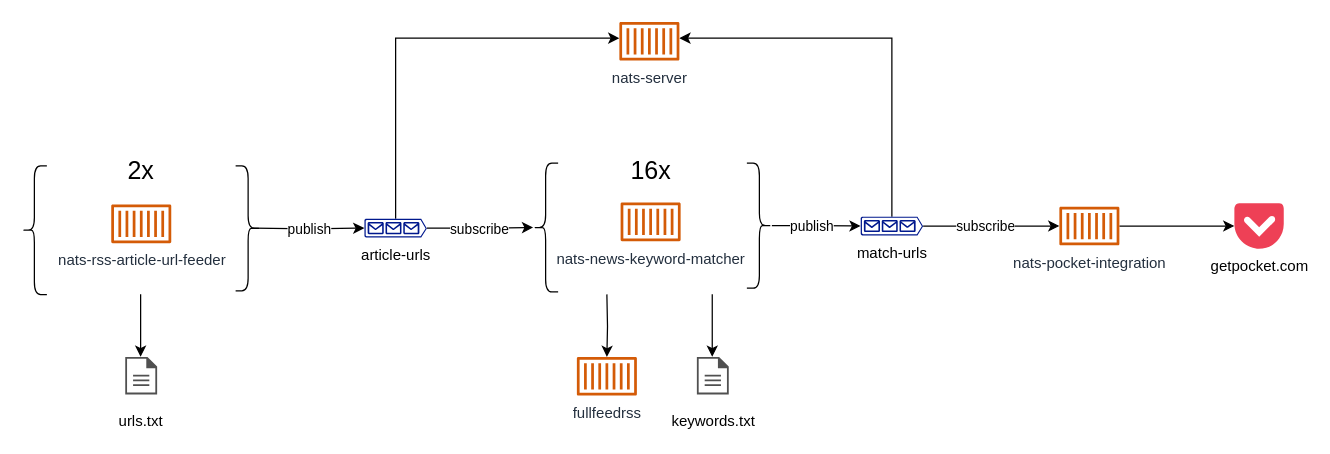
Earlier version of the draw.io diagram architecture.drawio (heussd/nats-news-analysis). Source tidied: cells renumbered, new cells numbered last; positions are measured from the earlier drawing's top-left corner, leaving out a move shared by most shapes. Both pictures are drawn from the tidied source at 125%, with x=0, y=0 at pixel (21, 21).
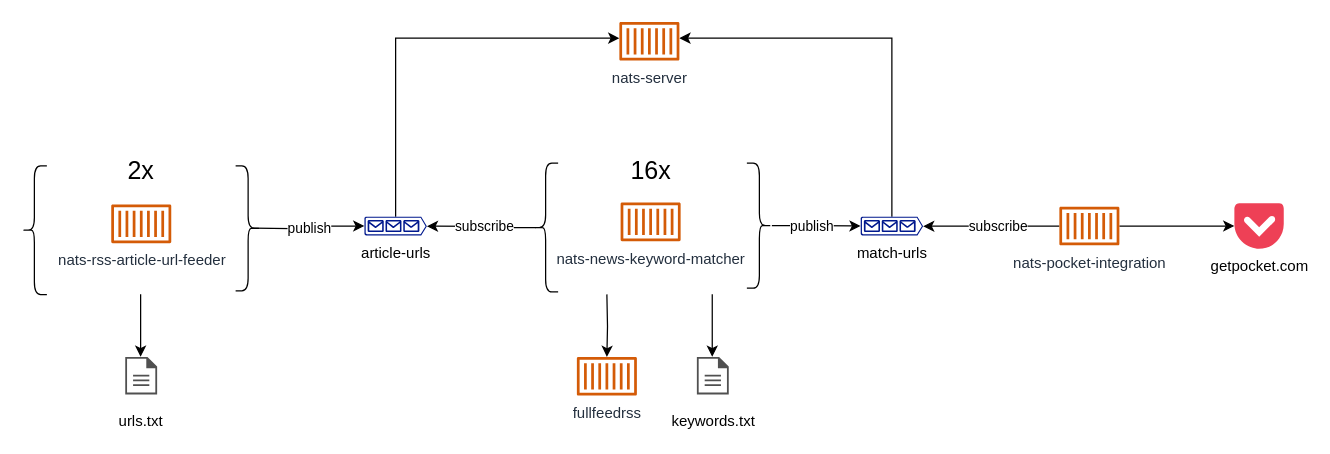
Above is the later version.

Commit message (it also covers changes not shown here):
Fix arrow direction

The change refers to these unchanged cells:
```xml
<mxCell id="8" style="shape=curlyBracket;whiteSpace=wrap;html=1;rounded=1;" parent="1" vertex="1">
  <mxGeometry x="409" y="113" width="20" height="103" as="geometry" />
</mxCell>
<mxCell id="17" value="match-urls" style="sketch=0;shadow=0;dashed=0;html=1;strokeColor=none;labelPosition=center;verticalLabelPosition=bottom;verticalAlign=top;align=center;fillColor=#00188D;shape=mxgraph.azure.queue_generic;" parent="1" vertex="1">
  <mxGeometry x="671" y="155.8" width="50" height="15" as="geometry" />
</mxCell>
<mxCell id="19" value="nats-pocket-integration" style="sketch=0;outlineConnect=0;fontColor=#232F3E;gradientColor=none;fillColor=#D45B07;strokeColor=none;dashed=0;verticalLabelPosition=bottom;verticalAlign=top;align=center;html=1;fontSize=12;fontStyle=0;shape=mxgraph.aws4.container_1;" parent="1" vertex="1">
  <mxGeometry x="830" y="147.8" width="48" height="31" as="geometry" />
</mxCell>
```

Change to the diagram source:
```diff
@@
-    <mxCell id="2" style="edgeStyle=orthogonalEdgeStyle;rounded=0;jettySize=auto;html=1;" parent="1" edge="1" source="5" target="8">
+    <mxCell id="2" style="edgeStyle=orthogonalEdgeStyle;rounded=0;jettySize=auto;html=1;exitX=0.1;exitY=0.5;exitDx=0;exitDy=0;exitPerimeter=0;entryX=1;entryY=0.51;entryDx=0;entryDy=0;entryPerimeter=0;" parent="1" edge="1" source="8" target="5">
       <mxGeometry relative="1" as="geometry" />
     </mxCell>
     <mxCell id="3" value="subscribe" style="edgeLabel;html=1;align=center;verticalAlign=middle;" parent="2" vertex="1">
       <mxGeometry x="-0.04" y="2" relative="1" as="geometry">
-        <mxPoint y="2" as="offset" />
+        <mxPoint y="-3" as="offset" />
       </mxGeometry>
     </mxCell>
@@
     <mxCell id="5" value="article-urls" style="sketch=0;shadow=0;dashed=0;html=1;strokeColor=none;labelPosition=center;verticalLabelPosition=bottom;verticalAlign=top;align=center;fillColor=#00188D;shape=mxgraph.azure.queue_generic;" parent="1" vertex="1">
-      <mxGeometry x="274" y="157.5" width="50" height="15" as="geometry" />
+      <mxGeometry x="274" y="155.8" width="50" height="15" as="geometry" />
     </mxCell>
@@
-    <mxCell id="14" style="edgeStyle=orthogonalEdgeStyle;rounded=0;jettySize=auto;html=1;" parent="1" edge="1" source="17" target="19">
+    <mxCell id="14" style="edgeStyle=orthogonalEdgeStyle;rounded=0;jettySize=auto;html=1;entryX=1;entryY=0.51;entryDx=0;entryDy=0;entryPerimeter=0;" parent="1" edge="1" source="19" target="17">
       <mxGeometry relative="1" as="geometry" />
     </mxCell>
     <mxCell id="15" value="subscribe" style="edgeLabel;html=1;align=center;verticalAlign=middle;" parent="14" vertex="1">
       <mxGeometry x="-0.29" relative="1" as="geometry">
-        <mxPoint x="10" as="offset" />
+        <mxPoint x="-11" as="offset" />
       </mxGeometry>
     </mxCell>
```
